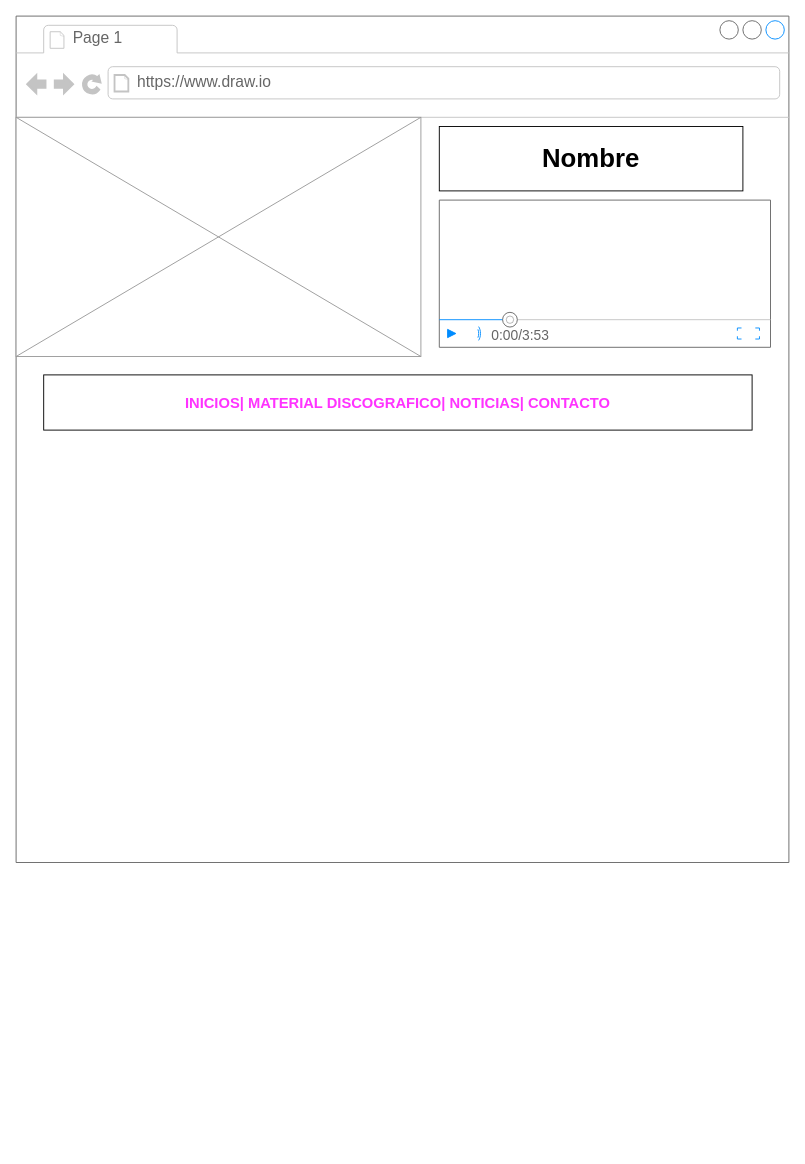
Before: Diagrama sin título.drawio in agustina-lujan/curso-html-css-inicial, a draw.io diagram. Source tidied: cells renumbered, new cells numbered last; positions are measured from the earlier drawing's top-left corner, leaving out a move shared by most shapes. Both pictures are drawn from the tidied source at 92%, with x=0, y=0 at pixel (16, 16).
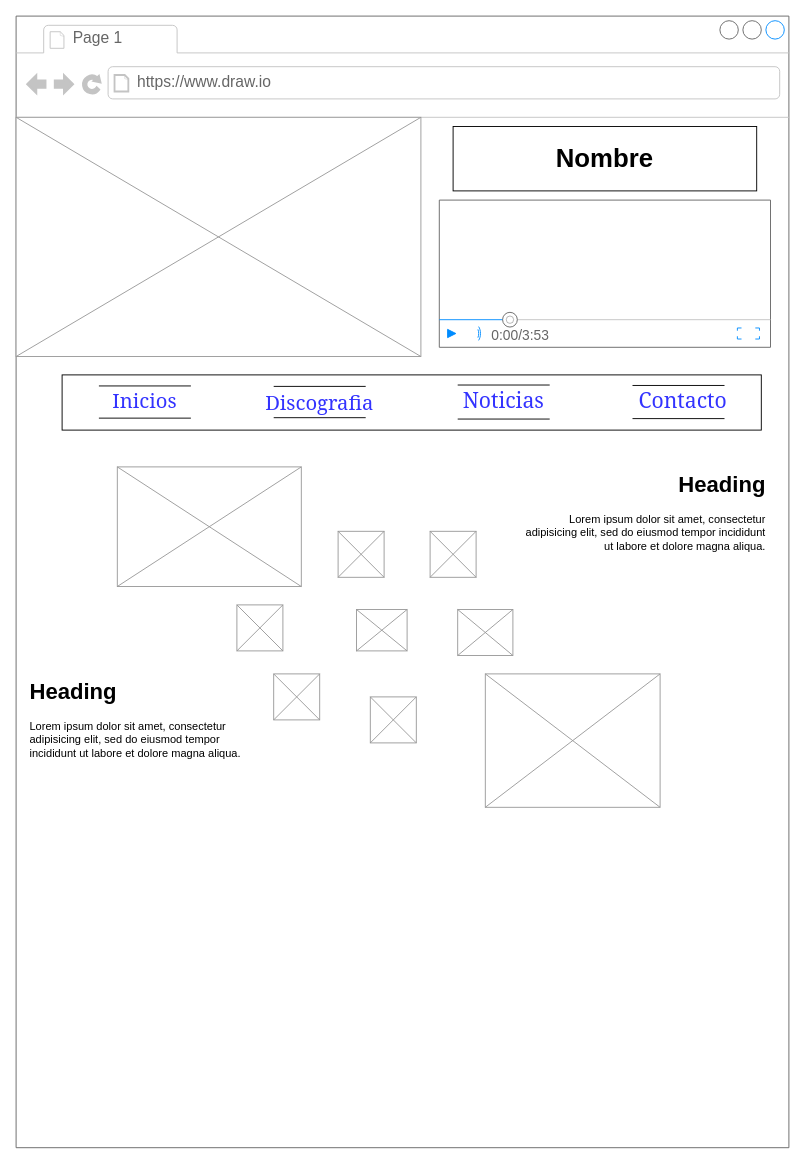
Above is the later version.

What changed in the source:
```diff
@@
     <mxCell id="2" style="strokeWidth=1;shadow=0;dashed=0;align=center;html=1;shape=mxgraph.mockup.containers.browserWindow;rSize=0;strokeColor=#666666;strokeColor2=#008cff;strokeColor3=#c4c4c4;mainText=,;" parent="1" vertex="1">
-      <mxGeometry width="840" height="920" as="geometry" />
+      <mxGeometry width="840" height="1230" as="geometry" />
     </mxCell>
@@
     <mxCell id="5" value="Nombre" style="rounded=0;whiteSpace=wrap;fontStyle=1;spacing=10;fontSize=28;" parent="2" vertex="1">
-      <mxGeometry x="460" y="120" width="330" height="70" as="geometry" />
+      <mxGeometry x="475" y="120" width="330" height="70" as="geometry" />
     </mxCell>
@@
-    <mxCell id="7" value="&lt;font style=&quot;font-size: 16px;&quot; color=&quot;#ff33ff&quot;&gt;&lt;b&gt;INICIOS| MATERIAL DISCOGRAFICO| NOTICIAS| CONTACTO&lt;/b&gt;&lt;/font&gt;" style="rounded=0;whiteSpace=wrap;html=1;" parent="2" vertex="1">
-      <mxGeometry x="30" y="390" width="770" height="60" as="geometry" />
+    <mxCell id="7" style="rounded=0;whiteSpace=wrap;html=1;" parent="2" vertex="1">
+      <mxGeometry x="50" y="390" width="760" height="60" as="geometry" />
     </mxCell>
+    <mxCell id="9" value="&lt;font face=&quot;Georgia&quot; style=&quot;font-size: 22px;&quot; color=&quot;#3333ff&quot;&gt;Inicios&lt;/font&gt;" style="text;html=1;strokeColor=none;fillColor=none;align=center;verticalAlign=middle;whiteSpace=wrap;rounded=0;" parent="2" vertex="1">
+      <mxGeometry x="70" y="400" width="140" height="35" as="geometry" />
+    </mxCell>
+    <mxCell id="10" value="&lt;font style=&quot;font-size: 23px;&quot; face=&quot;Georgia&quot; color=&quot;#3333ff&quot;&gt;Noticias&lt;/font&gt;" style="text;html=1;strokeColor=none;fillColor=none;align=center;verticalAlign=middle;whiteSpace=wrap;rounded=0;" parent="2" vertex="1">
+      <mxGeometry x="500" y="400" width="60" height="35" as="geometry" />
+    </mxCell>
+    <mxCell id="11" value="&lt;font style=&quot;font-size: 23px;&quot; color=&quot;#3333ff&quot; face=&quot;Georgia&quot;&gt;Contacto&lt;/font&gt;" style="text;html=1;strokeColor=none;fillColor=none;align=center;verticalAlign=middle;whiteSpace=wrap;rounded=0;" parent="2" vertex="1">
+      <mxGeometry x="670" y="402.5" width="110" height="30" as="geometry" />
+    </mxCell>
+    <mxCell id="12" style="shape=link;html=1;rounded=0;width=35;" parent="2" edge="1">
+      <mxGeometry relative="1" as="geometry">
+        <mxPoint x="90" y="419.5" as="sourcePoint" />
+        <mxPoint x="190" y="419.5" as="targetPoint" />
+      </mxGeometry>
+    </mxCell>
+    <mxCell id="13" style="shape=link;html=1;rounded=0;width=36;" parent="2" edge="1" source="16">
+      <mxGeometry relative="1" as="geometry">
+        <mxPoint x="360" y="422" as="targetPoint" />
+      </mxGeometry>
+    </mxCell>
+    <mxCell id="14" style="shape=link;html=1;rounded=0;width=37;" parent="2" edge="1">
+      <mxGeometry relative="1" as="geometry">
+        <mxPoint x="480" y="419.5" as="sourcePoint" />
+        <mxPoint x="580" y="419.5" as="targetPoint" />
+      </mxGeometry>
+    </mxCell>
+    <mxCell id="15" style="shape=link;html=1;rounded=0;width=36;" parent="2" edge="1">
+      <mxGeometry relative="1" as="geometry">
+        <mxPoint x="670" y="419.5" as="sourcePoint" />
+        <mxPoint x="770" y="419.5" as="targetPoint" />
+      </mxGeometry>
+    </mxCell>
+    <mxCell id="16" value="&lt;font face=&quot;Georgia&quot; style=&quot;font-size: 22px;&quot; color=&quot;#3333ff&quot;&gt;Discografia&lt;/font&gt;" style="text;html=1;strokeColor=none;fillColor=none;align=center;verticalAlign=middle;whiteSpace=wrap;rounded=0;" parent="2" vertex="1">
+      <mxGeometry x="300" y="405" width="60" height="30" as="geometry" />
+    </mxCell>
+    <mxCell id="17" style="shape=link;html=1;rounded=0;width=34;" parent="2" edge="1">
+      <mxGeometry relative="1" as="geometry">
+        <mxPoint x="280" y="419.5" as="sourcePoint" />
+        <mxPoint x="380" y="419.5" as="targetPoint" />
+      </mxGeometry>
+    </mxCell>
+    <mxCell id="18" value="&lt;h1&gt;Heading&lt;/h1&gt;&lt;p&gt;Lorem ipsum dolor sit amet, consectetur adipisicing elit, sed do eiusmod tempor incididunt ut labore et dolore magna aliqua.&lt;/p&gt;" style="text;html=1;strokeColor=none;fillColor=none;spacing=5;spacingTop=-20;whiteSpace=wrap;overflow=hidden;rounded=0;align=right;" parent="2" vertex="1">
+      <mxGeometry x="540" y="490" width="280" height="210" as="geometry" />
+    </mxCell>
+    <mxCell id="19" value="&lt;h1&gt;Heading&lt;/h1&gt;&lt;p&gt;Lorem ipsum dolor sit amet, consectetur adipisicing elit, sed do eiusmod tempor incididunt ut labore et dolore magna aliqua.&lt;/p&gt;" style="text;html=1;strokeColor=none;fillColor=none;spacing=5;spacingTop=-20;whiteSpace=wrap;overflow=hidden;rounded=0;" parent="2" vertex="1">
+      <mxGeometry x="10" y="715" width="260" height="150" as="geometry" />
+    </mxCell>
+    <mxCell id="20" style="verticalLabelPosition=bottom;shadow=0;dashed=0;align=center;html=1;verticalAlign=top;strokeWidth=1;shape=mxgraph.mockup.graphics.simpleIcon;strokeColor=#999999;fillColor=#ffffff;" parent="2" vertex="1">
+      <mxGeometry x="110" y="490" width="200" height="130" as="geometry" />
+    </mxCell>
+    <mxCell id="21" style="verticalLabelPosition=bottom;shadow=0;dashed=0;align=center;html=1;verticalAlign=top;strokeWidth=1;shape=mxgraph.mockup.graphics.simpleIcon;strokeColor=#999999;fillColor=#ffffff;" parent="2" vertex="1">
+      <mxGeometry x="240" y="640" width="50" height="50" as="geometry" />
+    </mxCell>
+    <mxCell id="22" style="verticalLabelPosition=bottom;shadow=0;dashed=0;align=center;html=1;verticalAlign=top;strokeWidth=1;shape=mxgraph.mockup.graphics.simpleIcon;strokeColor=#999999;fillColor=#ffffff;" parent="2" vertex="1">
+      <mxGeometry x="350" y="560" width="50" height="50" as="geometry" />
+    </mxCell>
+    <mxCell id="23" style="verticalLabelPosition=bottom;shadow=0;dashed=0;align=center;html=1;verticalAlign=top;strokeWidth=1;shape=mxgraph.mockup.graphics.simpleIcon;strokeColor=#999999;fillColor=#ffffff;" parent="2" vertex="1">
+      <mxGeometry x="370" y="645" width="55" height="45" as="geometry" />
+    </mxCell>
+    <mxCell id="24" style="verticalLabelPosition=bottom;shadow=0;dashed=0;align=center;html=1;verticalAlign=top;strokeWidth=1;shape=mxgraph.mockup.graphics.simpleIcon;strokeColor=#999999;fillColor=#ffffff;" parent="2" vertex="1">
+      <mxGeometry x="450" y="560" width="50" height="50" as="geometry" />
+    </mxCell>
+    <mxCell id="25" style="verticalLabelPosition=bottom;shadow=0;dashed=0;align=center;html=1;verticalAlign=top;strokeWidth=1;shape=mxgraph.mockup.graphics.simpleIcon;strokeColor=#999999;fillColor=#ffffff;" parent="2" vertex="1">
+      <mxGeometry x="480" y="645" width="60" height="50" as="geometry" />
+    </mxCell>
+    <mxCell id="26" style="verticalLabelPosition=bottom;shadow=0;dashed=0;align=center;html=1;verticalAlign=top;strokeWidth=1;shape=mxgraph.mockup.graphics.simpleIcon;strokeColor=#999999;fillColor=#ffffff;" parent="2" vertex="1">
+      <mxGeometry x="280" y="715" width="50" height="50" as="geometry" />
+    </mxCell>
+    <mxCell id="27" style="verticalLabelPosition=bottom;shadow=0;dashed=0;align=center;html=1;verticalAlign=top;strokeWidth=1;shape=mxgraph.mockup.graphics.simpleIcon;strokeColor=#999999;fillColor=#ffffff;" parent="2" vertex="1">
+      <mxGeometry x="510" y="715" width="190" height="145" as="geometry" />
+    </mxCell>
@@
+    <mxCell id="28" style="verticalLabelPosition=bottom;shadow=0;dashed=0;align=center;html=1;verticalAlign=top;strokeWidth=1;shape=mxgraph.mockup.graphics.simpleIcon;strokeColor=#999999;fillColor=#ffffff;" parent="1" vertex="1">
+      <mxGeometry x="385" y="740" width="50" height="50" as="geometry" />
+    </mxCell>
```
